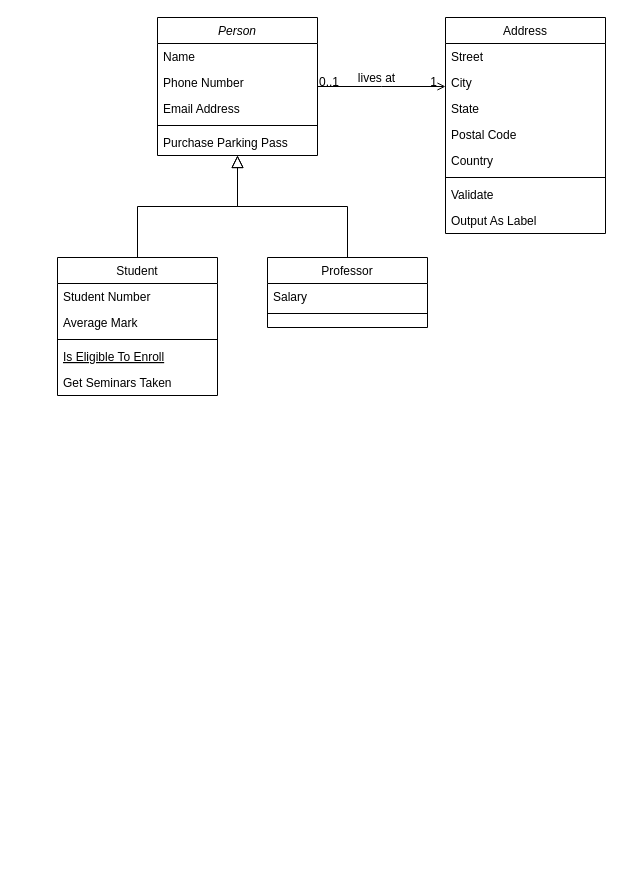
The draw.io diagram sora/data_model.drawio in traveller195/draw_io, before the edit. Source tidied: cells renumbered, new cells numbered last; positions are measured from the earlier drawing's top-left corner, leaving out a move shared by most shapes. Both pictures are drawn from the tidied source at 100%, with x=0, y=0 at pixel (57, 17).
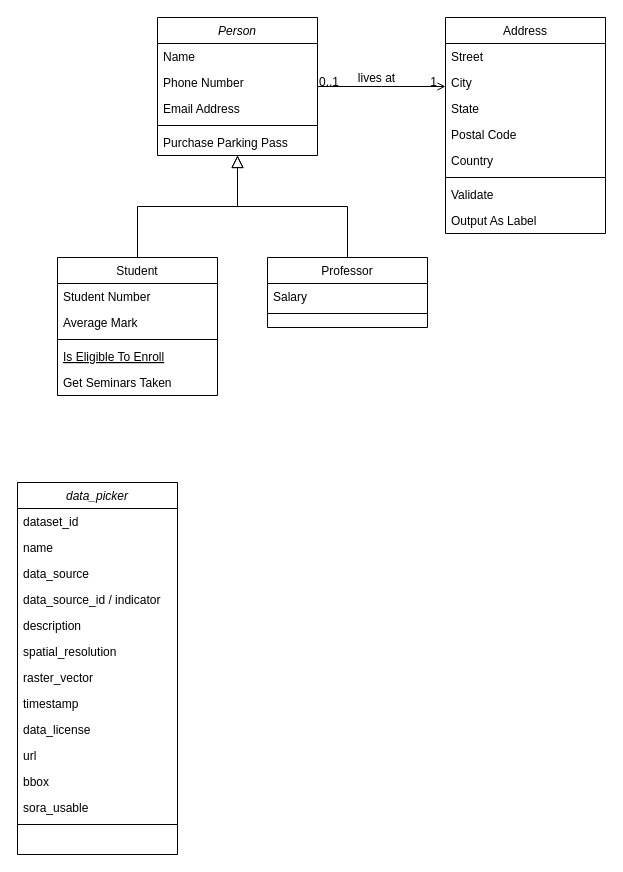
The same diagram, later.

Diff of the diagram source:
```diff
@@
+    <mxCell id="32" value="data_picker" style="swimlane;fontStyle=2;align=center;verticalAlign=top;horizontal=1;startSize=26;rounded=0;shadow=0;strokeWidth=1;" parent="1" vertex="1">
+      <mxGeometry x="-40" y="465" width="160" height="372" as="geometry" />
+    </mxCell>
+    <mxCell id="33" value="dataset_id" style="text;align=left;verticalAlign=top;spacingLeft=4;spacingRight=4;overflow=hidden;" parent="32" vertex="1">
+      <mxGeometry y="26" width="160" height="26" as="geometry" />
+    </mxCell>
+    <mxCell id="34" value="name" style="text;align=left;verticalAlign=top;spacingLeft=4;spacingRight=4;overflow=hidden;rounded=0;shadow=0;html=0;" parent="32" vertex="1">
+      <mxGeometry y="52" width="160" height="26" as="geometry" />
+    </mxCell>
+    <mxCell id="35" value="data_source" style="text;align=left;verticalAlign=top;spacingLeft=4;spacingRight=4;overflow=hidden;rounded=0;shadow=0;html=0;" parent="32" vertex="1">
+      <mxGeometry y="78" width="160" height="26" as="geometry" />
+    </mxCell>
+    <mxCell id="36" value="data_source_id / indicator" style="text;align=left;verticalAlign=top;spacingLeft=4;spacingRight=4;overflow=hidden;rounded=0;shadow=0;html=0;" parent="32" vertex="1">
+      <mxGeometry y="104" width="160" height="26" as="geometry" />
+    </mxCell>
+    <mxCell id="37" value="description" style="text;align=left;verticalAlign=top;spacingLeft=4;spacingRight=4;overflow=hidden;rounded=0;shadow=0;html=0;" parent="32" vertex="1">
+      <mxGeometry y="130" width="160" height="26" as="geometry" />
+    </mxCell>
+    <mxCell id="38" value="spatial_resolution" style="text;align=left;verticalAlign=top;spacingLeft=4;spacingRight=4;overflow=hidden;rounded=0;shadow=0;html=0;" parent="32" vertex="1">
+      <mxGeometry y="156" width="160" height="26" as="geometry" />
+    </mxCell>
+    <mxCell id="39" value="raster_vector" style="text;align=left;verticalAlign=top;spacingLeft=4;spacingRight=4;overflow=hidden;rounded=0;shadow=0;html=0;" parent="32" vertex="1">
+      <mxGeometry y="182" width="160" height="26" as="geometry" />
+    </mxCell>
+    <mxCell id="40" value="timestamp" style="text;align=left;verticalAlign=top;spacingLeft=4;spacingRight=4;overflow=hidden;rounded=0;shadow=0;html=0;" parent="32" vertex="1">
+      <mxGeometry y="208" width="160" height="26" as="geometry" />
+    </mxCell>
+    <mxCell id="41" value="data_license" style="text;align=left;verticalAlign=top;spacingLeft=4;spacingRight=4;overflow=hidden;rounded=0;shadow=0;html=0;" parent="32" vertex="1">
+      <mxGeometry y="234" width="160" height="26" as="geometry" />
+    </mxCell>
+    <mxCell id="42" value="url" style="text;align=left;verticalAlign=top;spacingLeft=4;spacingRight=4;overflow=hidden;rounded=0;shadow=0;html=0;" parent="32" vertex="1">
+      <mxGeometry y="260" width="160" height="26" as="geometry" />
+    </mxCell>
+    <mxCell id="43" value="bbox" style="text;align=left;verticalAlign=top;spacingLeft=4;spacingRight=4;overflow=hidden;rounded=0;shadow=0;html=0;" parent="32" vertex="1">
+      <mxGeometry y="286" width="160" height="26" as="geometry" />
+    </mxCell>
+    <mxCell id="44" value="sora_usable" style="text;align=left;verticalAlign=top;spacingLeft=4;spacingRight=4;overflow=hidden;rounded=0;shadow=0;html=0;" parent="32" vertex="1">
+      <mxGeometry y="312" width="160" height="26" as="geometry" />
+    </mxCell>
+    <mxCell id="45" style="line;html=1;strokeWidth=1;align=left;verticalAlign=middle;spacingTop=-1;spacingLeft=3;spacingRight=3;labelPosition=right;" parent="32" vertex="1">
+      <mxGeometry y="338" width="160" height="8" as="geometry" />
+    </mxCell>
```
